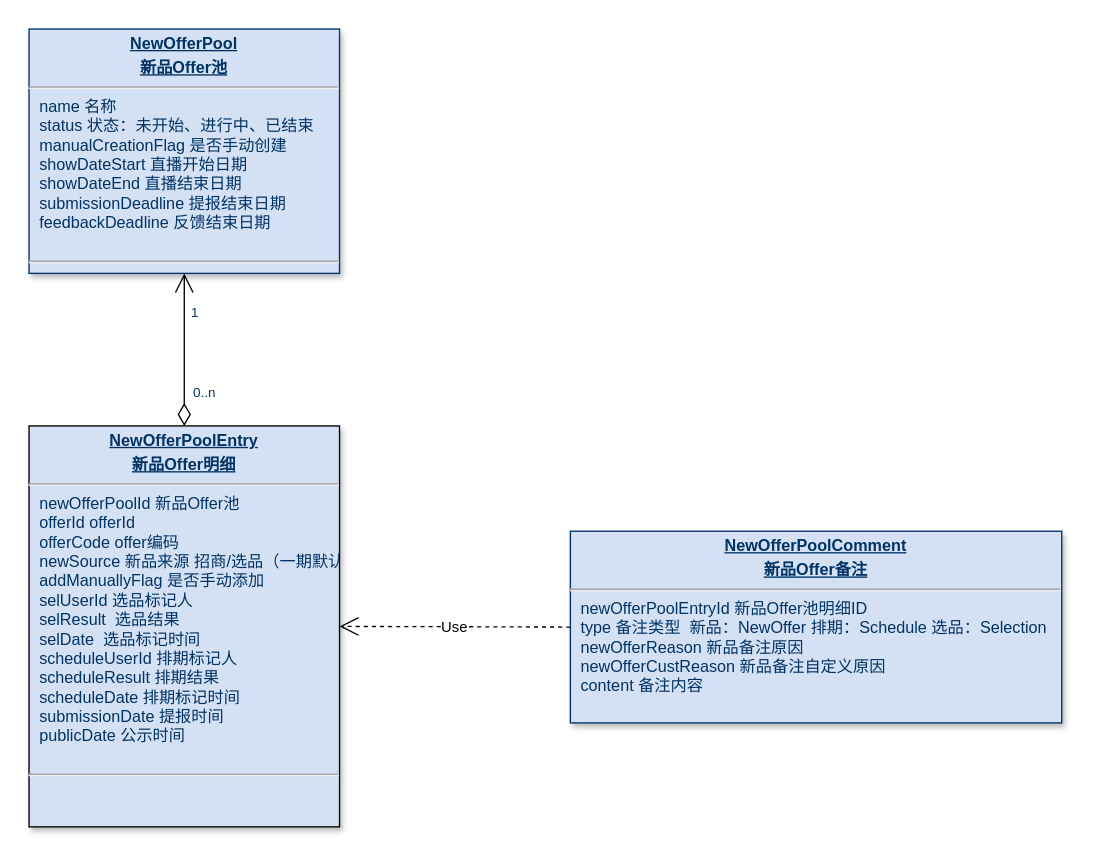
The draw.io diagram page "新品Offer" (19 of 21) of 美one.drawio in rockywade/draw, before the edit. Source tidied: cells renumbered, new cells numbered last; positions are measured from the earlier drawing's top-left corner, leaving out a move shared by most shapes. Both pictures are drawn from the tidied source at 135%, with x=0, y=0 at pixel (28, 28).
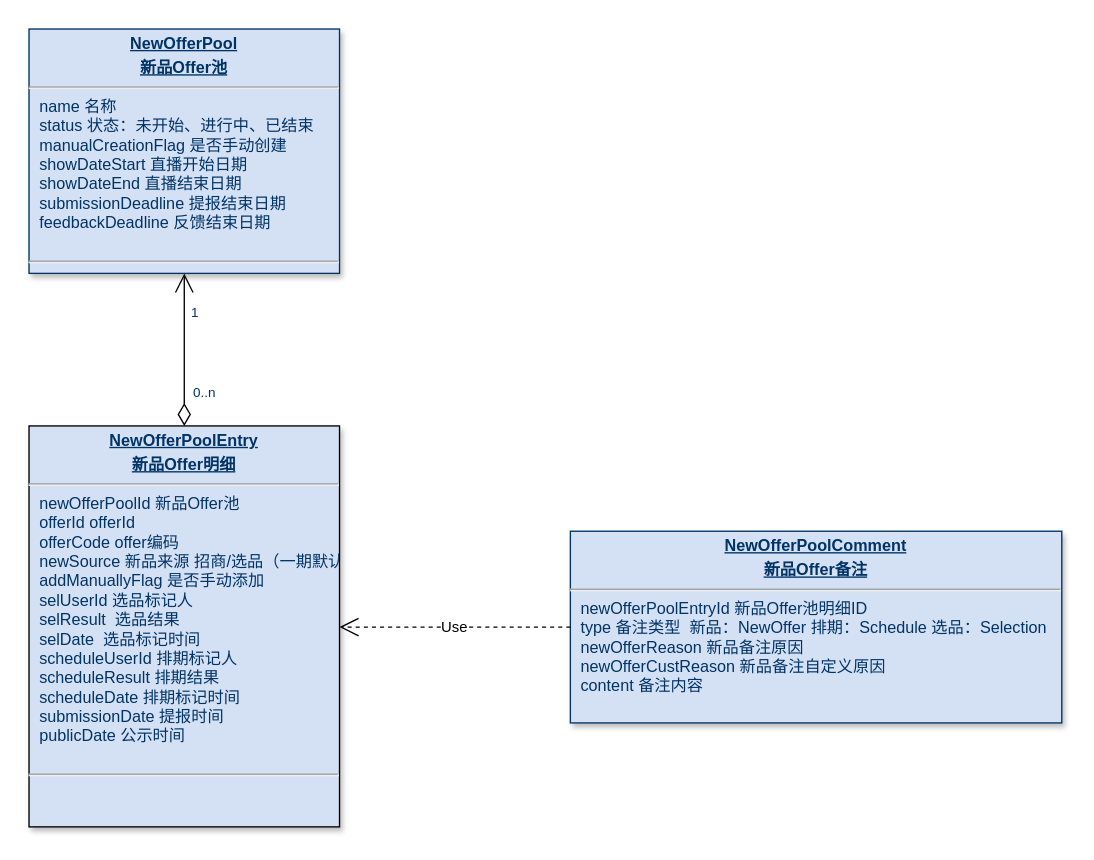
After the change.

What changed in the source:
```diff
@@
 <mxGraphModel>
   <root>
     <mxCell id="0" />
     <mxCell id="1" parent="0" />
     <mxCell id="2" value="&lt;p style=&quot;margin: 4px 0px 0px; text-align: center;&quot;&gt;&lt;b&gt;&lt;u&gt;NewOfferPool&lt;/u&gt;&lt;/b&gt;&lt;/p&gt;&lt;p style=&quot;margin: 4px 0px 0px; text-align: center;&quot;&gt;&lt;b&gt;&lt;u&gt;新品Offer池&lt;/u&gt;&lt;/b&gt;&lt;/p&gt;&lt;hr&gt;&lt;p style=&quot;margin: 0px; margin-left: 8px;&quot;&gt;&lt;span style=&quot;background-color: transparent; color: light-dark(rgb(0, 51, 102), rgb(161, 205, 249));&quot;&gt;name 名称&lt;/span&gt;&lt;/p&gt;&lt;p style=&quot;margin: 0px; margin-left: 8px;&quot;&gt;status 状态：&lt;span style=&quot;background-color: transparent; color: light-dark(rgb(0, 51, 102), rgb(161, 205, 249));&quot;&gt;未开始、进行中、已结束&lt;/span&gt;&lt;/p&gt;&lt;p style=&quot;margin: 0px; margin-left: 8px;&quot;&gt;&lt;span style=&quot;background-color: transparent;&quot;&gt;manualCreationFlag&lt;/span&gt;&lt;span style=&quot;background-color: transparent;&quot;&gt;&amp;nbsp;是否手动创建&lt;/span&gt;&lt;/p&gt;&lt;p style=&quot;margin: 0px; margin-left: 8px;&quot;&gt;showDateStart&amp;nbsp;直播开始日期&lt;/p&gt;&lt;p style=&quot;margin: 0px; margin-left: 8px;&quot;&gt;showDateEnd&amp;nbsp;直播结束日期&lt;/p&gt;&lt;p style=&quot;margin: 0px; margin-left: 8px;&quot;&gt;&lt;span style=&quot;background-color: transparent;&quot;&gt;submission&lt;/span&gt;Deadline 提报结束日期&lt;/p&gt;&lt;p style=&quot;margin: 0px; margin-left: 8px;&quot;&gt;feedbackDeadline 反馈结束日期&lt;/p&gt;&lt;p style=&quot;margin: 0px; margin-left: 8px;&quot;&gt;&lt;br&gt;&lt;/p&gt;&lt;hr&gt;&lt;p style=&quot;margin: 0px; margin-left: 8px;&quot;&gt;&lt;br&gt;&lt;/p&gt;&lt;p style=&quot;margin: 0px; margin-left: 8px;&quot;&gt;&lt;br&gt;&lt;/p&gt;" style="verticalAlign=top;align=left;overflow=fill;fontSize=12;fontFamily=Helvetica;html=1;strokeColor=#003366;shadow=1;fillColor=#D4E1F5;fontColor=#003366;rounded=0;glass=0;imageAspect=1;labelBackgroundColor=none;textShadow=0;" parent="1" vertex="1">
       <mxGeometry width="230" height="181" as="geometry" />
     </mxCell>
     <mxCell id="3" value="&lt;p style=&quot;margin: 4px 0px 0px; text-align: center;&quot;&gt;&lt;b&gt;&lt;u&gt;NewOfferPoolEntry&lt;/u&gt;&lt;/b&gt;&lt;/p&gt;&lt;p style=&quot;margin: 4px 0px 0px; text-align: center;&quot;&gt;&lt;b&gt;&lt;u&gt;新品Offer明细&lt;/u&gt;&lt;/b&gt;&lt;/p&gt;&lt;hr&gt;&lt;p style=&quot;margin: 0px; margin-left: 8px;&quot;&gt;&lt;span style=&quot;background-color: transparent; color: light-dark(rgb(0, 51, 102), rgb(161, 205, 249));&quot;&gt;newOfferPoolId&amp;nbsp;&lt;/span&gt;&lt;span style=&quot;background-color: transparent;&quot;&gt;新品Offer池&lt;/span&gt;&lt;/p&gt;&lt;p style=&quot;margin: 0px; margin-left: 8px;&quot;&gt;offerId offerId&lt;/p&gt;&lt;p style=&quot;margin: 0px; margin-left: 8px;&quot;&gt;offerCode offer编码&lt;/p&gt;&lt;p style=&quot;margin: 0px; margin-left: 8px;&quot;&gt;newSource 新品来源 招商/选品（一期默认招商）&lt;/p&gt;&lt;p style=&quot;margin: 0px; margin-left: 8px;&quot;&gt;&lt;span style=&quot;background-color: transparent;&quot;&gt;addManuallyFlag&lt;/span&gt;&amp;nbsp;是否手动添加&lt;/p&gt;&lt;p style=&quot;margin: 0px; margin-left: 8px;&quot;&gt;selUserId&amp;nbsp;选品标记人&lt;/p&gt;&lt;p style=&quot;margin: 0px; margin-left: 8px;&quot;&gt;selResult&amp;nbsp;&amp;nbsp;选品结果&lt;/p&gt;&lt;p style=&quot;margin: 0px; margin-left: 8px;&quot;&gt;selDate&amp;nbsp; 选品标记时间&lt;/p&gt;&lt;p style=&quot;margin: 0px; margin-left: 8px;&quot;&gt;scheduleUserId&amp;nbsp;排期标记人&lt;/p&gt;&lt;p style=&quot;margin: 0px; margin-left: 8px;&quot;&gt;scheduleResult 排期结果&lt;/p&gt;&lt;p style=&quot;margin: 0px; margin-left: 8px;&quot;&gt;scheduleDate 排期标记时间&lt;/p&gt;&lt;p style=&quot;margin: 0px; margin-left: 8px;&quot;&gt;submissionDate 提报时间&lt;/p&gt;&lt;p style=&quot;margin: 0px; margin-left: 8px;&quot;&gt;publicDate 公示时间&lt;/p&gt;&lt;p style=&quot;margin: 0px; margin-left: 8px;&quot;&gt;&lt;br&gt;&lt;/p&gt;&lt;hr&gt;&lt;p style=&quot;margin: 0px; margin-left: 8px;&quot;&gt;&lt;br&gt;&lt;/p&gt;&lt;p style=&quot;margin: 0px; margin-left: 8px;&quot;&gt;&lt;br&gt;&lt;/p&gt;" style="verticalAlign=top;align=left;overflow=fill;fontSize=12;fontFamily=Helvetica;html=1;strokeColor=default;shadow=1;fillColor=#D4E1F5;fontColor=#003366;rounded=0;glass=0;imageAspect=1;labelBackgroundColor=none;textShadow=0;direction=east;" parent="1" vertex="1">
       <mxGeometry y="294" width="230" height="297" as="geometry" />
     </mxCell>
     <mxCell id="4" value="&lt;p style=&quot;margin: 4px 0px 0px; text-align: center;&quot;&gt;&lt;b&gt;&lt;u&gt;NewOfferPoolComment&lt;/u&gt;&lt;/b&gt;&lt;/p&gt;&lt;p style=&quot;margin: 4px 0px 0px; text-align: center;&quot;&gt;&lt;b&gt;&lt;u&gt;新品Offer备注&lt;/u&gt;&lt;/b&gt;&lt;/p&gt;&lt;hr&gt;&lt;p style=&quot;margin: 0px; margin-left: 8px;&quot;&gt;&lt;span style=&quot;background-color: transparent; color: light-dark(rgb(0, 51, 102), rgb(161, 205, 249));&quot;&gt;newOfferPoolEntryId&amp;nbsp;&lt;/span&gt;&lt;span style=&quot;background-color: transparent;&quot;&gt;新品Offer池明细ID&lt;/span&gt;&lt;/p&gt;&lt;p style=&quot;margin: 0px; margin-left: 8px;&quot;&gt;type 备注类型&amp;nbsp; 新品：NewOffer 排期：Schedule 选品：Selection&lt;/p&gt;&lt;p style=&quot;margin: 0px; margin-left: 8px;&quot;&gt;&lt;span style=&quot;background-color: transparent; color: light-dark(rgb(0, 51, 102), rgb(161, 205, 249));&quot;&gt;newOfferReason&lt;/span&gt;&amp;nbsp;新品备注原因&lt;/p&gt;&lt;p style=&quot;margin: 0px; margin-left: 8px;&quot;&gt;newOfferCustReason&amp;nbsp;&lt;span style=&quot;background-color: transparent; color: light-dark(rgb(0, 51, 102), rgb(161, 205, 249));&quot;&gt;新品备注自定义原因&lt;/span&gt;&lt;/p&gt;&lt;p style=&quot;margin: 0px; margin-left: 8px;&quot;&gt;&lt;span style=&quot;background-color: transparent; color: light-dark(rgb(0, 51, 102), rgb(161, 205, 249));&quot;&gt;content 备注内容&lt;/span&gt;&amp;nbsp;&amp;nbsp;&lt;/p&gt;&lt;p style=&quot;margin: 0px; margin-left: 8px;&quot;&gt;&lt;br&gt;&lt;/p&gt;&lt;hr&gt;&lt;p style=&quot;margin: 0px; margin-left: 8px;&quot;&gt;&lt;br&gt;&lt;/p&gt;&lt;p style=&quot;margin: 0px; margin-left: 8px;&quot;&gt;&lt;br&gt;&lt;/p&gt;" style="verticalAlign=top;align=left;overflow=fill;fontSize=12;fontFamily=Helvetica;html=1;strokeColor=#003366;shadow=1;fillColor=#D4E1F5;fontColor=#003366;rounded=0;glass=0;imageAspect=1;labelBackgroundColor=none;textShadow=0;" parent="1" vertex="1">
       <mxGeometry x="401" y="372" width="364" height="142" as="geometry" />
     </mxCell>
-    <mxCell id="5" value="Use" style="endArrow=open;endSize=12;dashed=1;html=1;rounded=0;entryX=1;entryY=0.5;entryDx=0;entryDy=0;exitX=0;exitY=0.5;exitDx=0;exitDy=0;" parent="1" edge="1" source="4" target="3">
-      <mxGeometry relative="1" as="geometry" />
+    <mxCell id="5" value="Use" style="endArrow=open;endSize=12;dashed=1;html=1;rounded=0;exitX=0;exitY=0.5;exitDx=0;exitDy=0;" parent="1" edge="1" source="4">
+      <mxGeometry relative="1" as="geometry">
+        <mxPoint x="230" y="443" as="targetPoint" />
+      </mxGeometry>
     </mxCell>
     <mxCell id="6" style="endArrow=open;endSize=12;startArrow=diamondThin;startSize=14;startFill=0;edgeStyle=orthogonalEdgeStyle;entryX=0.5;entryY=1;entryDx=0;entryDy=0;exitX=0.5;exitY=0;exitDx=0;exitDy=0;" parent="1" edge="1" source="3" target="2">
       <mxGeometry x="-377.9" y="803.2" as="geometry" />
     </mxCell>
     <mxCell id="7" value="0..n" style="align=left;verticalAlign=top;labelBackgroundColor=#ffffff;fontSize=10;strokeColor=#003366;shadow=1;fillColor=#D4E1F5;fontColor=#003366;" parent="6" vertex="1">
       <mxGeometry x="-1" relative="1" as="geometry">
         <mxPoint x="5" y="-37" as="offset" />
       </mxGeometry>
     </mxCell>
     <mxCell id="8" value="1" style="align=right;verticalAlign=top;labelBackgroundColor=#ffffff;fontSize=10;strokeColor=#003366;shadow=1;fillColor=#D4E1F5;fontColor=#003366;" parent="6" vertex="1">
       <mxGeometry x="1" relative="1" as="geometry">
         <mxPoint x="12" y="17" as="offset" />
       </mxGeometry>
     </mxCell>
   </root>
 </mxGraphModel>
```
